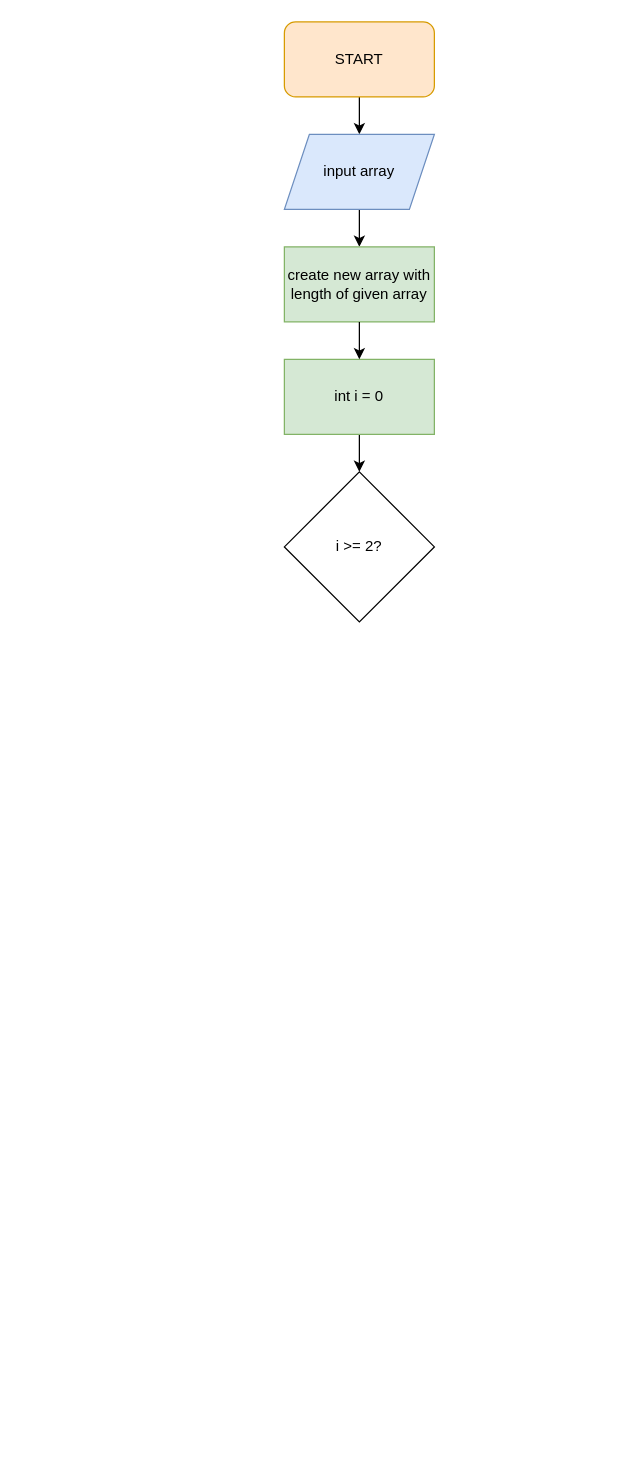
Before: Untitled Diagram.drawio in fayto/HW2, a draw.io diagram. Source tidied: cells renumbered, new cells numbered last; positions are measured from the earlier drawing's top-left corner, leaving out a move shared by most shapes. Both pictures are drawn from the tidied source at 125%, with x=0, y=0 at pixel (284, 21).
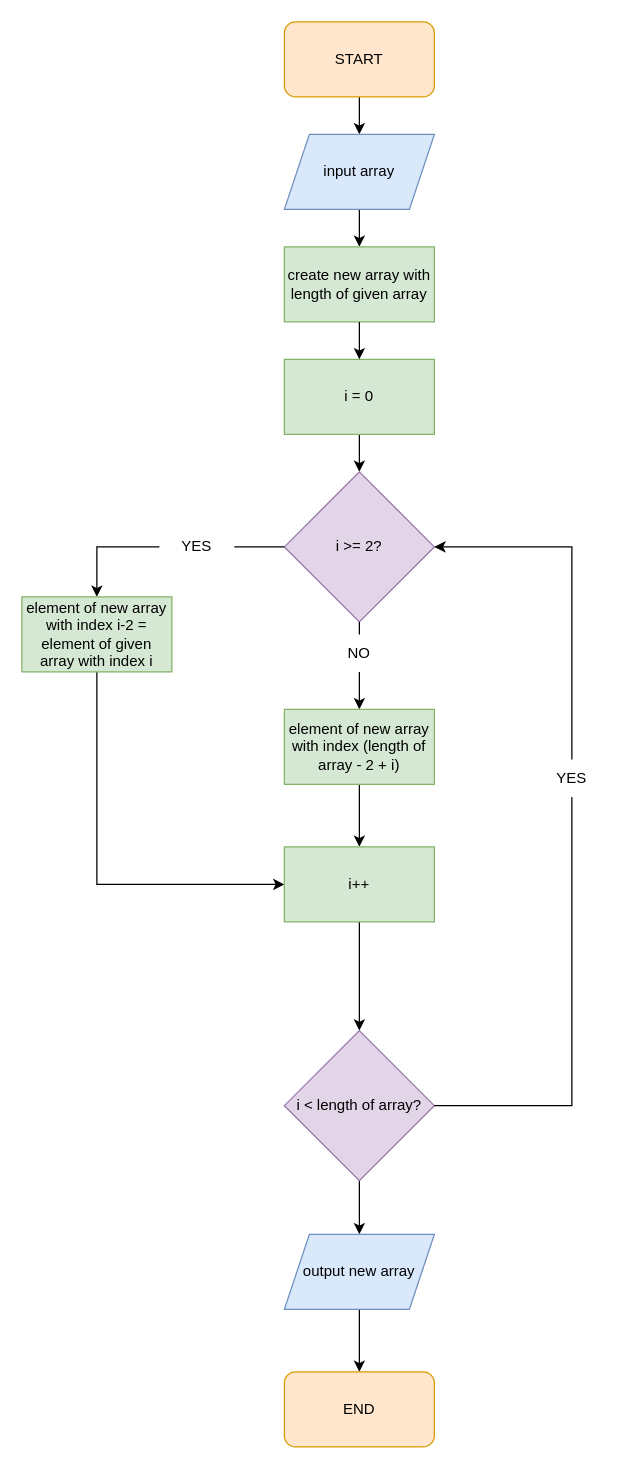
The same page after the edit.

The edit, as a diff of the source:
```diff
@@
-    <mxCell id="8" value="int i = 0" style="rounded=0;whiteSpace=wrap;html=1;fillColor=#d5e8d4;strokeColor=#82b366;" parent="1" vertex="1">
+    <mxCell id="8" value="i = 0" style="rounded=0;whiteSpace=wrap;html=1;fillColor=#d5e8d4;strokeColor=#82b366;" parent="1" vertex="1">
       <mxGeometry y="270" width="120" height="60" as="geometry" />
     </mxCell>
@@
+    <mxCell id="11" style="edgeStyle=orthogonalEdgeStyle;rounded=0;jettySize=auto;html=1;exitX=0;exitY=0.5;exitDx=0;exitDy=0;entryX=0.5;entryY=0;entryDx=0;entryDy=0;startArrow=none;" parent="1" edge="1" source="18" target="15">
+      <mxGeometry relative="1" as="geometry" />
+    </mxCell>
+    <mxCell id="12" style="edgeStyle=orthogonalEdgeStyle;rounded=0;jettySize=auto;html=1;exitX=1;exitY=0.5;exitDx=0;exitDy=0;" parent="1" edge="1" source="10">
+      <mxGeometry relative="1" as="geometry">
+        <mxPoint x="120" y="420" as="targetPoint" />
+      </mxGeometry>
+    </mxCell>
+    <mxCell id="13" style="edgeStyle=orthogonalEdgeStyle;rounded=0;jettySize=auto;html=1;exitX=0.5;exitY=1;exitDx=0;exitDy=0;startArrow=none;" parent="1" edge="1" source="25" target="17">
+      <mxGeometry relative="1" as="geometry" />
+    </mxCell>
-    <mxCell id="10" value="i &amp;gt;= 2?" style="rhombus;whiteSpace=wrap;html=1;" parent="1" vertex="1">
+    <mxCell id="10" value="i &amp;gt;= 2?" style="rhombus;whiteSpace=wrap;html=1;fillColor=#e1d5e7;strokeColor=#9673a6;" parent="1" vertex="1">
       <mxGeometry y="360" width="120" height="120" as="geometry" />
     </mxCell>
+    <mxCell id="14" style="edgeStyle=orthogonalEdgeStyle;rounded=0;jettySize=auto;html=1;exitX=0.5;exitY=1;exitDx=0;exitDy=0;entryX=0;entryY=0.5;entryDx=0;entryDy=0;" parent="1" edge="1" source="15" target="21">
+      <mxGeometry relative="1" as="geometry" />
+    </mxCell>
+    <mxCell id="15" value="element of new array with index i-2 = element of given array with index i" style="rounded=0;whiteSpace=wrap;html=1;fillColor=#d5e8d4;strokeColor=#82b366;" parent="1" vertex="1">
+      <mxGeometry x="-210" y="460" width="120" height="60" as="geometry" />
+    </mxCell>
+    <mxCell id="16" style="edgeStyle=orthogonalEdgeStyle;rounded=0;jettySize=auto;html=1;exitX=0.5;exitY=1;exitDx=0;exitDy=0;entryX=0.5;entryY=0;entryDx=0;entryDy=0;" parent="1" edge="1" source="17" target="21">
+      <mxGeometry relative="1" as="geometry" />
+    </mxCell>
+    <mxCell id="17" value="element of new array with index (length of array - 2 + i)" style="rounded=0;whiteSpace=wrap;html=1;fillColor=#d5e8d4;strokeColor=#82b366;" parent="1" vertex="1">
+      <mxGeometry y="550" width="120" height="60" as="geometry" />
+    </mxCell>
+    <mxCell id="18" value="YES" style="text;html=1;strokeColor=none;fillColor=none;align=center;verticalAlign=middle;whiteSpace=wrap;rounded=0;" parent="1" vertex="1">
+      <mxGeometry x="-100" y="405" width="60" height="30" as="geometry" />
+    </mxCell>
+    <mxCell id="19" style="edgeStyle=orthogonalEdgeStyle;rounded=0;jettySize=auto;html=1;exitX=0;exitY=0.5;exitDx=0;exitDy=0;entryX=1;entryY=0.5;entryDx=0;entryDy=0;endArrow=none;" parent="1" edge="1" source="10" target="18">
+      <mxGeometry relative="1" as="geometry">
+        <Array as="points">
+          <mxPoint x="-30" y="420" />
+          <mxPoint x="-30" y="420" />
+        </Array>
+      </mxGeometry>
+    </mxCell>
+    <mxCell id="20" style="edgeStyle=orthogonalEdgeStyle;rounded=0;jettySize=auto;html=1;exitX=0.5;exitY=1;exitDx=0;exitDy=0;" parent="1" edge="1" source="21" target="24">
+      <mxGeometry relative="1" as="geometry" />
+    </mxCell>
+    <mxCell id="21" value="i++" style="rounded=0;whiteSpace=wrap;html=1;fillColor=#d5e8d4;strokeColor=#82b366;" parent="1" vertex="1">
+      <mxGeometry y="660" width="120" height="60" as="geometry" />
+    </mxCell>
+    <mxCell id="22" style="edgeStyle=orthogonalEdgeStyle;rounded=0;jettySize=auto;html=1;exitX=0.5;exitY=0;exitDx=0;exitDy=0;entryX=1;entryY=0.5;entryDx=0;entryDy=0;startArrow=none;" parent="1" edge="1" source="27" target="10">
+      <mxGeometry relative="1" as="geometry" />
+    </mxCell>
+    <mxCell id="23" style="edgeStyle=orthogonalEdgeStyle;rounded=0;jettySize=auto;html=1;exitX=0.5;exitY=1;exitDx=0;exitDy=0;" parent="1" edge="1" source="24" target="30">
+      <mxGeometry relative="1" as="geometry" />
+    </mxCell>
+    <mxCell id="24" value="i &amp;lt; length of array?" style="rhombus;whiteSpace=wrap;html=1;fillColor=#e1d5e7;strokeColor=#9673a6;" parent="1" vertex="1">
+      <mxGeometry y="807" width="120" height="120" as="geometry" />
+    </mxCell>
+    <mxCell id="25" value="NO" style="text;html=1;strokeColor=none;fillColor=none;align=center;verticalAlign=middle;whiteSpace=wrap;rounded=0;" parent="1" vertex="1">
+      <mxGeometry x="30" y="490" width="60" height="30" as="geometry" />
+    </mxCell>
+    <mxCell id="26" style="edgeStyle=orthogonalEdgeStyle;rounded=0;jettySize=auto;html=1;exitX=0.5;exitY=1;exitDx=0;exitDy=0;endArrow=none;" parent="1" edge="1" source="10" target="25">
+      <mxGeometry relative="1" as="geometry">
+        <Array as="points">
+          <mxPoint x="60" y="510" />
+          <mxPoint x="60" y="510" />
+        </Array>
+      </mxGeometry>
+    </mxCell>
+    <mxCell id="27" value="YES" style="text;html=1;strokeColor=none;fillColor=none;align=center;verticalAlign=middle;whiteSpace=wrap;rounded=0;" parent="1" vertex="1">
+      <mxGeometry x="200" y="590" width="60" height="30" as="geometry" />
+    </mxCell>
+    <mxCell id="28" style="edgeStyle=orthogonalEdgeStyle;rounded=0;jettySize=auto;html=1;exitX=1;exitY=0.5;exitDx=0;exitDy=0;entryX=0.5;entryY=1;entryDx=0;entryDy=0;endArrow=none;" parent="1" edge="1" source="24" target="27">
+      <mxGeometry relative="1" as="geometry">
+        <Array as="points">
+          <mxPoint x="230" y="867" />
+        </Array>
+      </mxGeometry>
+    </mxCell>
+    <mxCell id="29" style="edgeStyle=orthogonalEdgeStyle;rounded=0;jettySize=auto;html=1;exitX=0.5;exitY=1;exitDx=0;exitDy=0;" parent="1" edge="1" source="30" target="31">
+      <mxGeometry relative="1" as="geometry" />
+    </mxCell>
+    <mxCell id="30" value="output new array" style="shape=parallelogram;perimeter=parallelogramPerimeter;whiteSpace=wrap;html=1;fixedSize=1;fillColor=#dae8fc;strokeColor=#6c8ebf;" parent="1" vertex="1">
+      <mxGeometry y="970" width="120" height="60" as="geometry" />
+    </mxCell>
+    <mxCell id="31" value="END" style="rounded=1;whiteSpace=wrap;html=1;fillColor=#ffe6cc;strokeColor=#d79b00;" parent="1" vertex="1">
+      <mxGeometry y="1080" width="120" height="60" as="geometry" />
+    </mxCell>
```
